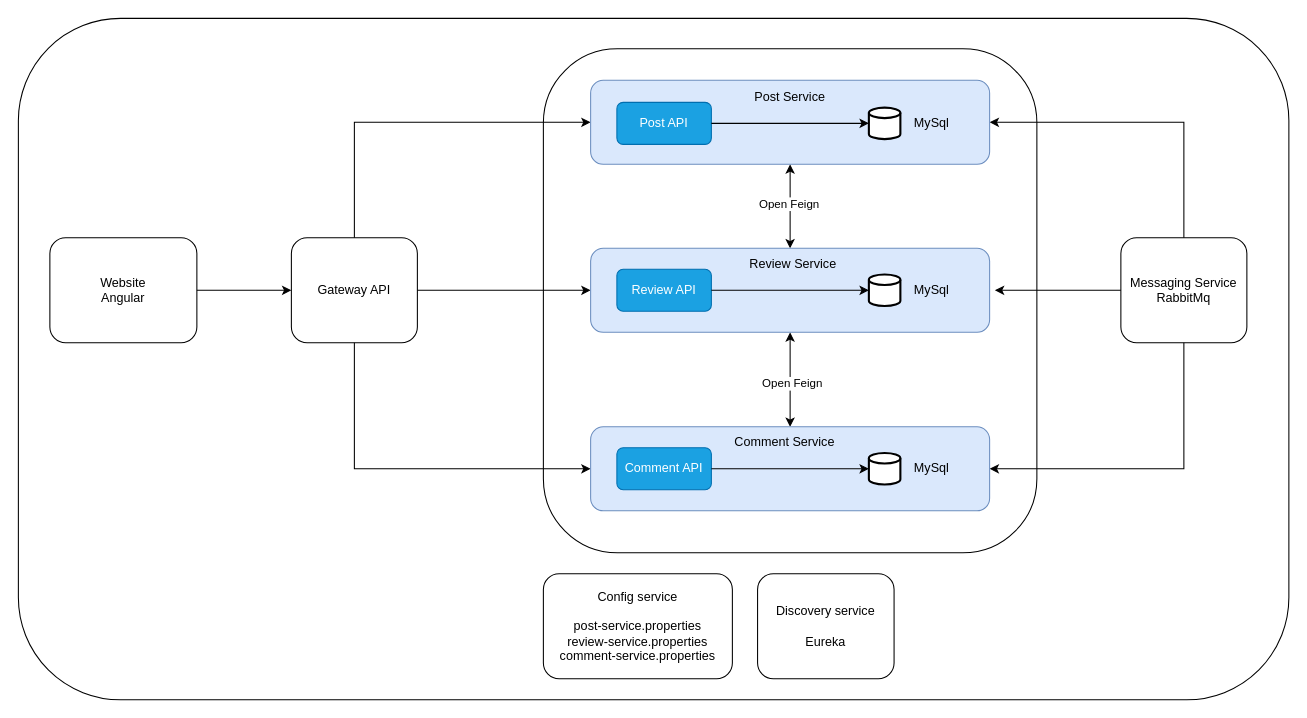
This is architecture/Architectuur.drawio from pxlit-projects/project-HarleenBhandalPXL, a draw.io file, before an edit. Source tidied: cells renumbered, new cells numbered last; positions are measured from the earlier drawing's top-left corner, leaving out a move shared by most shapes. Both pictures are drawn from the tidied source at 105%, with x=0, y=0 at pixel (18, 18).
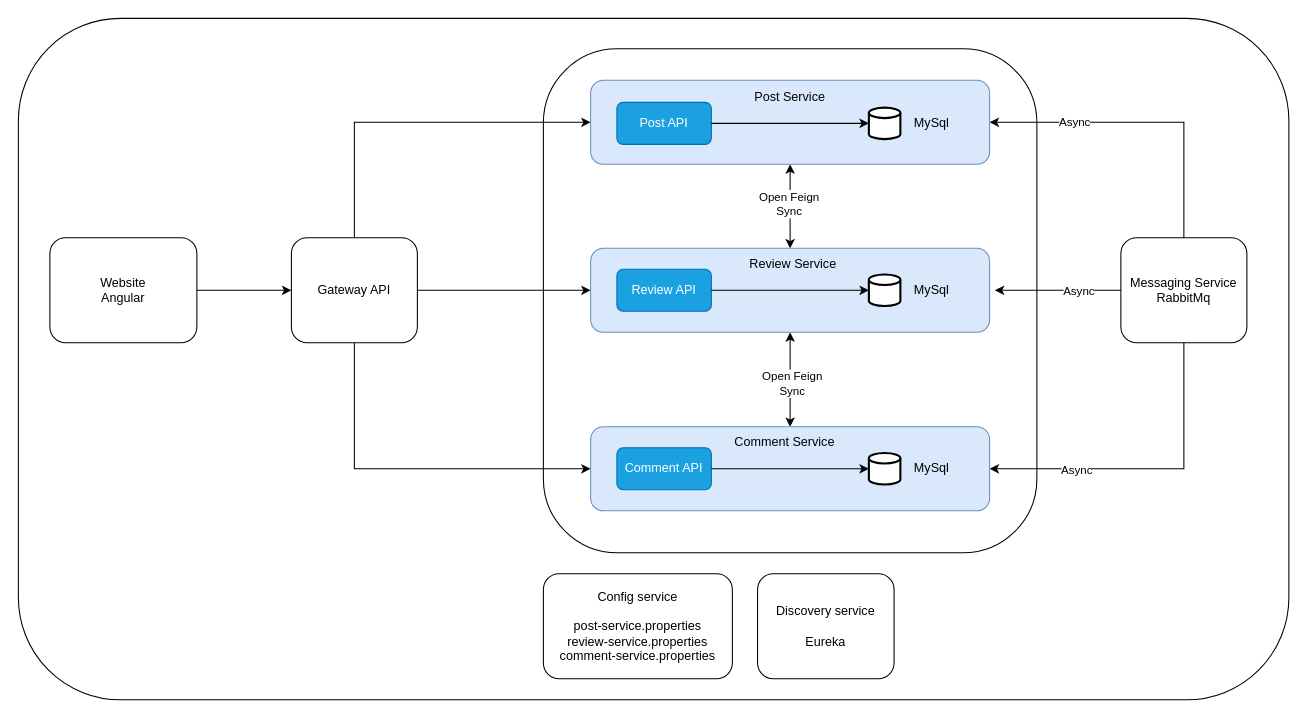
The same diagram, later.

Commit message (it also covers changes not shown here):
Update architecture uitleg

The change refers to these unchanged cells:
```xml
<mxCell id="9" style="endArrow=classic;html=1;rounded=0;entryX=0.5;entryY=1;entryDx=0;entryDy=0;exitX=0.5;exitY=0;exitDx=0;exitDy=0;startArrow=classic;startFill=1;" parent="1" edge="1" source="28" target="35">
  <mxGeometry relative="1" as="geometry" />
</mxCell>
<mxCell id="11" style="endArrow=classic;html=1;rounded=0;entryX=0.5;entryY=1;entryDx=0;entryDy=0;startArrow=classic;startFill=1;" parent="1" edge="1" source="21" target="28">
  <mxGeometry relative="1" as="geometry" />
</mxCell>
<mxCell id="17" style="endArrow=classic;html=1;rounded=0;" parent="1" edge="1" source="16">
  <mxGeometry relative="1" as="geometry">
    <mxPoint x="930" y="259" as="targetPoint" />
  </mxGeometry>
</mxCell>
<mxCell id="18" style="endArrow=classic;html=1;rounded=0;entryX=1;entryY=0.5;entryDx=0;entryDy=0;" parent="1" edge="1" target="35">
  <mxGeometry relative="1" as="geometry">
    <mxPoint x="1110" y="209" as="sourcePoint" />
    <Array as="points">
      <mxPoint x="1110" y="99" />
    </Array>
  </mxGeometry>
</mxCell>
<mxCell id="19" style="endArrow=classic;html=1;rounded=0;exitX=0.5;exitY=1;exitDx=0;exitDy=0;entryX=1;entryY=0.5;entryDx=0;entryDy=0;" parent="1" edge="1" source="16" target="21">
  <mxGeometry relative="1" as="geometry">
    <Array as="points">
      <mxPoint x="1110" y="429" />
    </Array>
  </mxGeometry>
</mxCell>
```

Change to the diagram source:
```diff
@@
-    <mxCell id="10" value="Open Feign" style="edgeLabel;html=1;align=center;verticalAlign=middle;" parent="9" vertex="1">
+    <mxCell id="10" value="Open Feign&lt;br&gt;Sync" style="edgeLabel;html=1;align=center;verticalAlign=middle;" parent="9" vertex="1">
       <mxGeometry x="0.08" y="2" relative="1" as="geometry" />
     </mxCell>
@@
-    <mxCell id="12" value="Open Feign" style="edgeLabel;html=1;align=center;verticalAlign=middle;" parent="11" vertex="1">
+    <mxCell id="12" value="Open Feign&lt;br&gt;Sync" style="edgeLabel;html=1;align=center;verticalAlign=middle;" parent="11" vertex="1">
       <mxGeometry x="-0.06" y="-1" relative="1" as="geometry" />
     </mxCell>
@@
+    <mxCell id="41" value="Async" style="edgeLabel;html=1;align=center;verticalAlign=middle;" parent="17" vertex="1">
+      <mxGeometry x="-0.32" relative="1" as="geometry" />
+    </mxCell>
@@
+    <mxCell id="42" value="Async" style="edgeLabel;html=1;align=center;verticalAlign=middle;" parent="18" vertex="1">
+      <mxGeometry x="0.46" y="1" relative="1" as="geometry">
+        <mxPoint y="-2" as="offset" />
+      </mxGeometry>
+    </mxCell>
@@
+    <mxCell id="43" value="Async" style="edgeLabel;html=1;align=center;verticalAlign=middle;" parent="19" vertex="1">
+      <mxGeometry x="0.51" y="2" relative="1" as="geometry">
+        <mxPoint x="7" y="-2" as="offset" />
+      </mxGeometry>
+    </mxCell>
```
